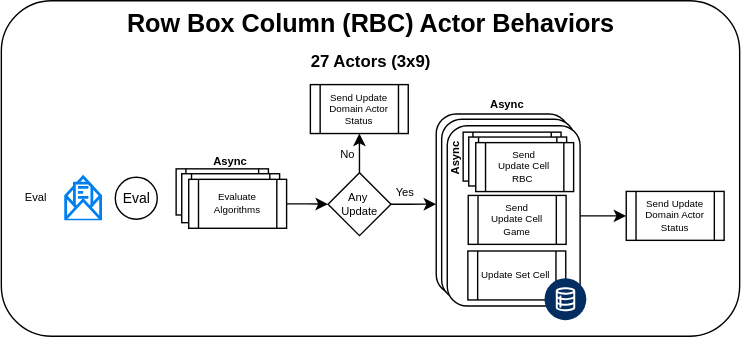
Before: docs/diagrams/RBCActor.svg, a diagram exported from draw.io (sunlao/py_sudoku_solver). Source tidied: cells renumbered, new cells last; positions are measured from the earlier drawing's top-left corner, leaving out a move shared by most shapes.
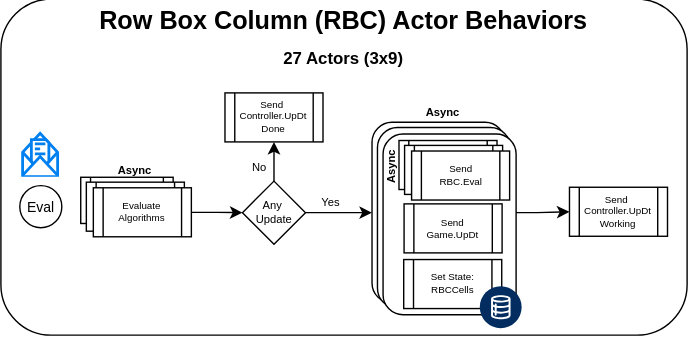
After the change.

Diff of the diagram source:
```diff
@@ -3,28 +3,28 @@
     <mxCell id="0" />
     <mxCell id="1" parent="0" />
     <mxCell id="2" style="rounded=1;whiteSpace=wrap;html=1;" parent="1" vertex="1">
-      <mxGeometry width="528" height="240" as="geometry" />
+      <mxGeometry x="-2" width="490" height="240" as="geometry" />
     </mxCell>
+    <mxCell id="32" style="edgeStyle=orthogonalEdgeStyle;rounded=0;jettySize=auto;html=1;" parent="1" edge="1" source="3" target="33">
+      <mxGeometry relative="1" as="geometry" />
+    </mxCell>
     <mxCell id="3" style="rounded=1;whiteSpace=wrap;html=1;" parent="1" vertex="1">
-      <mxGeometry x="311" y="81" width="95" height="129" as="geometry" />
+      <mxGeometry x="263" y="88" width="95" height="129" as="geometry" />
     </mxCell>
     <mxCell id="4" style="rounded=1;whiteSpace=wrap;html=1;" parent="1" vertex="1">
-      <mxGeometry x="314.9" y="84.8" width="95" height="129" as="geometry" />
+      <mxGeometry x="266.9" y="91.8" width="95" height="129" as="geometry" />
     </mxCell>
     <mxCell id="5" style="rounded=1;whiteSpace=wrap;html=1;" parent="1" vertex="1">
-      <mxGeometry x="318.9" y="89.4" width="95" height="129" as="geometry" />
+      <mxGeometry x="270.9" y="96.4" width="95" height="129" as="geometry" />
     </mxCell>
     <mxCell id="6" value="Eval" style="ellipse;whiteSpace=wrap;html=1;fontSize=10;" parent="1" vertex="1">
-      <mxGeometry x="81.5" y="126.2" width="30" height="30" as="geometry" />
+      <mxGeometry x="11.5" y="133.2" width="30" height="30" as="geometry" />
     </mxCell>
     <mxCell id="7" style="html=1;verticalLabelPosition=bottom;align=center;labelBackgroundColor=#ffffff;verticalAlign=top;strokeWidth=2;strokeColor=#0080F0;shadow=0;dashed=0;shape=mxgraph.ios7.icons.envelope_(message);" parent="1" vertex="1">
-      <mxGeometry x="46" y="126" width="25" height="30" as="geometry" />
+      <mxGeometry x="14" y="96.4" width="25" height="30" as="geometry" />
     </mxCell>
-    <mxCell id="8" value="&lt;div&gt;Eval&lt;/div&gt;" style="text;html=1;whiteSpace=wrap;strokeColor=none;fillColor=none;align=center;verticalAlign=middle;rounded=0;fontSize=8;" parent="1" vertex="1">
-      <mxGeometry x="12" y="126.2" width="26" height="30" as="geometry" />
-    </mxCell>
     <mxCell id="9" value="Async" style="text;html=1;whiteSpace=wrap;strokeColor=none;fillColor=none;align=center;verticalAlign=middle;rounded=0;fontSize=8;fontStyle=1;" parent="1" vertex="1">
-      <mxGeometry x="351.6" y="67.5" width="20" height="12.5" as="geometry" />
+      <mxGeometry x="303.6" y="74.5" width="20" height="12.5" as="geometry" />
     </mxCell>
     <mxCell id="10" style="edgeStyle=orthogonalEdgeStyle;rounded=0;jettySize=auto;html=1;" parent="1" edge="1" source="12" target="16">
       <mxGeometry relative="1" as="geometry" />
@@ -33,64 +33,61 @@
       <mxGeometry relative="1" as="geometry" />
     </mxCell>
     <mxCell id="12" value="Any&amp;nbsp;&lt;div&gt;Update&lt;/div&gt;" style="rhombus;whiteSpace=wrap;html=1;fontSize=8;" parent="1" vertex="1">
-      <mxGeometry x="233.6" y="123" width="45" height="45" as="geometry" />
+      <mxGeometry x="170.5" y="130" width="45" height="45" as="geometry" />
     </mxCell>
-    <mxCell id="13" value="Send&lt;br&gt;Update Cell Game" style="shape=process;whiteSpace=wrap;html=1;backgroundOutline=1;fontSize=7;" parent="1" vertex="1">
-      <mxGeometry x="333.9" y="139.2" width="70" height="35" as="geometry" />
+    <mxCell id="13" value="Send&lt;br&gt;Game.UpDt" style="shape=process;whiteSpace=wrap;html=1;backgroundOutline=1;fontSize=7;" parent="1" vertex="1">
+      <mxGeometry x="285.9" y="146.2" width="70" height="35" as="geometry" />
     </mxCell>
     <mxCell id="14" value="Async" style="text;html=1;whiteSpace=wrap;strokeColor=none;fillColor=none;align=center;verticalAlign=middle;rounded=0;fontSize=8;fontStyle=1;horizontal=0;" parent="1" vertex="1">
-      <mxGeometry x="315" y="107" width="20" height="12.5" as="geometry" />
+      <mxGeometry x="267" y="114" width="20" height="12.5" as="geometry" />
     </mxCell>
-    <mxCell id="15" value="Update Set Cell" style="shape=process;whiteSpace=wrap;html=1;backgroundOutline=1;fontSize=7;" parent="1" vertex="1">
-      <mxGeometry x="333.6" y="179" width="70" height="35" as="geometry" />
+    <mxCell id="15" value="Set State:&lt;div&gt;&lt;span style=&quot;background-color: transparent; color: light-dark(rgb(0, 0, 0), rgb(255, 255, 255));&quot;&gt;RBCCells&lt;/span&gt;&lt;/div&gt;" style="shape=process;whiteSpace=wrap;html=1;backgroundOutline=1;fontSize=7;" parent="1" vertex="1">
+      <mxGeometry x="285.6" y="186" width="70" height="35" as="geometry" />
     </mxCell>
-    <mxCell id="16" value="Send Update Domain Actor Status" style="shape=process;whiteSpace=wrap;html=1;backgroundOutline=1;fontSize=7;" parent="1" vertex="1">
-      <mxGeometry x="221" y="60" width="70" height="35" as="geometry" />
+    <mxCell id="16" value="Send&amp;nbsp;&lt;div&gt;Controller.UpDt&lt;/div&gt;&lt;div&gt;Done&lt;/div&gt;" style="shape=process;whiteSpace=wrap;html=1;backgroundOutline=1;fontSize=7;" parent="1" vertex="1">
+      <mxGeometry x="158" y="67" width="70" height="35" as="geometry" />
     </mxCell>
     <mxCell id="17" style="verticalLabelPosition=bottom;html=1;shape=mxgraph.salesforce.data2;fillColorStyles=fillColor2,fillColor3;fillColor2=#032d60;fillColor3=#ffffff;fillColor=none;strokeColor=none;" parent="1" vertex="1">
-      <mxGeometry x="388.4" y="198.5" width="30" height="30" as="geometry" />
+      <mxGeometry x="340.4" y="205.5" width="30" height="30" as="geometry" />
     </mxCell>
     <mxCell id="18" value="Yes" style="text;html=1;whiteSpace=wrap;strokeColor=none;fillColor=none;align=center;verticalAlign=middle;rounded=0;fontSize=8;" parent="1" vertex="1">
-      <mxGeometry x="278.6" y="130.5" width="20" height="12.5" as="geometry" />
+      <mxGeometry x="223.6" y="138.5" width="20" height="12.5" as="geometry" />
     </mxCell>
     <mxCell id="19" value="No" style="text;html=1;whiteSpace=wrap;strokeColor=none;fillColor=none;align=center;verticalAlign=middle;rounded=0;fontSize=8;" parent="1" vertex="1">
-      <mxGeometry x="237.6" y="104" width="20" height="12.5" as="geometry" />
+      <mxGeometry x="172.6" y="114" width="20" height="12.5" as="geometry" />
     </mxCell>
     <mxCell id="20" value="Row Box Column (RBC) Actor Behaviors" style="text;html=1;whiteSpace=wrap;strokeColor=none;fillColor=none;align=center;verticalAlign=middle;rounded=0;fontStyle=1;fontSize=18;" parent="1" vertex="1">
-      <mxGeometry x="1" y="3" width="527" height="27" as="geometry" />
+      <mxGeometry x="-2" y="3" width="490" height="27" as="geometry" />
     </mxCell>
     <mxCell id="21" value="27 Actors (3x9)" style="text;html=1;whiteSpace=wrap;strokeColor=none;fillColor=none;align=center;verticalAlign=middle;rounded=0;fontStyle=1;fontSize=12;" parent="1" vertex="1">
-      <mxGeometry x="1" y="30" width="527" height="27" as="geometry" />
+      <mxGeometry x="-2" y="30" width="490" height="27" as="geometry" />
     </mxCell>
-    <mxCell id="22" value="Send Update Domain Actor Status" style="shape=process;whiteSpace=wrap;html=1;backgroundOutline=1;fontSize=7;" parent="1" vertex="1">
-      <mxGeometry x="446.9" y="136.4" width="70" height="35" as="geometry" />
-    </mxCell>
-    <mxCell id="23" style="edgeStyle=orthogonalEdgeStyle;rounded=0;jettySize=auto;html=1;entryX=0;entryY=0.5;entryDx=0;entryDy=0;" parent="1" edge="1" source="5" target="22">
-      <mxGeometry relative="1" as="geometry" />
-    </mxCell>
     <mxCell id="24" value="Async" style="text;html=1;whiteSpace=wrap;strokeColor=none;fillColor=none;align=center;verticalAlign=middle;rounded=0;fontSize=8;fontStyle=1;" parent="1" vertex="1">
-      <mxGeometry x="154" y="108.5" width="20" height="12.5" as="geometry" />
+      <mxGeometry x="84" y="115.5" width="20" height="12.5" as="geometry" />
     </mxCell>
     <mxCell id="25" style="shape=process;whiteSpace=wrap;html=1;backgroundOutline=1;fontSize=7;" parent="1" vertex="1">
-      <mxGeometry x="125" y="120.2" width="66" height="33" as="geometry" />
+      <mxGeometry x="55" y="127.2" width="66" height="33" as="geometry" />
     </mxCell>
     <mxCell id="26" style="shape=process;whiteSpace=wrap;html=1;backgroundOutline=1;fontSize=7;" parent="1" vertex="1">
-      <mxGeometry x="129" y="123.8" width="70" height="35" as="geometry" />
+      <mxGeometry x="59" y="130.8" width="70" height="35" as="geometry" />
     </mxCell>
     <mxCell id="27" style="edgeStyle=orthogonalEdgeStyle;rounded=0;jettySize=auto;html=1;entryX=0;entryY=0.5;entryDx=0;entryDy=0;" parent="1" edge="1" source="28" target="12">
       <mxGeometry relative="1" as="geometry" />
     </mxCell>
     <mxCell id="28" value="Evaluate&lt;div&gt;Algorithms&lt;/div&gt;" style="shape=process;whiteSpace=wrap;html=1;backgroundOutline=1;fontSize=7;" parent="1" vertex="1">
-      <mxGeometry x="134" y="127.8" width="70" height="35" as="geometry" />
+      <mxGeometry x="64" y="134.8" width="70" height="35" as="geometry" />
     </mxCell>
     <mxCell id="29" style="shape=process;whiteSpace=wrap;html=1;backgroundOutline=1;fontSize=7;" parent="1" vertex="1">
-      <mxGeometry x="330.3" y="94" width="70" height="35" as="geometry" />
+      <mxGeometry x="282.3" y="101" width="70" height="35" as="geometry" />
     </mxCell>
     <mxCell id="30" style="shape=process;whiteSpace=wrap;html=1;backgroundOutline=1;fontSize=7;" parent="1" vertex="1">
-      <mxGeometry x="334.3" y="97.5" width="70" height="35" as="geometry" />
+      <mxGeometry x="286.3" y="104.5" width="70" height="35" as="geometry" />
     </mxCell>
-    <mxCell id="31" value="Send&lt;br&gt;Update Cell RBC&amp;nbsp;" style="shape=process;whiteSpace=wrap;html=1;backgroundOutline=1;fontSize=7;" parent="1" vertex="1">
-      <mxGeometry x="339.3" y="101.5" width="70" height="35" as="geometry" />
+    <mxCell id="31" value="Send&lt;br&gt;RBC.Eval" style="shape=process;whiteSpace=wrap;html=1;backgroundOutline=1;fontSize=7;" parent="1" vertex="1">
+      <mxGeometry x="291.3" y="108.5" width="70" height="35" as="geometry" />
     </mxCell>
+    <mxCell id="33" value="Send&amp;nbsp;&lt;div&gt;Controller.UpDt&lt;/div&gt;&lt;div&gt;Working&lt;/div&gt;" style="shape=process;whiteSpace=wrap;html=1;backgroundOutline=1;fontSize=7;" parent="1" vertex="1">
+      <mxGeometry x="404" y="134.4" width="70" height="35" as="geometry" />
+    </mxCell>
   </root>
 </mxGraphModel>
```
